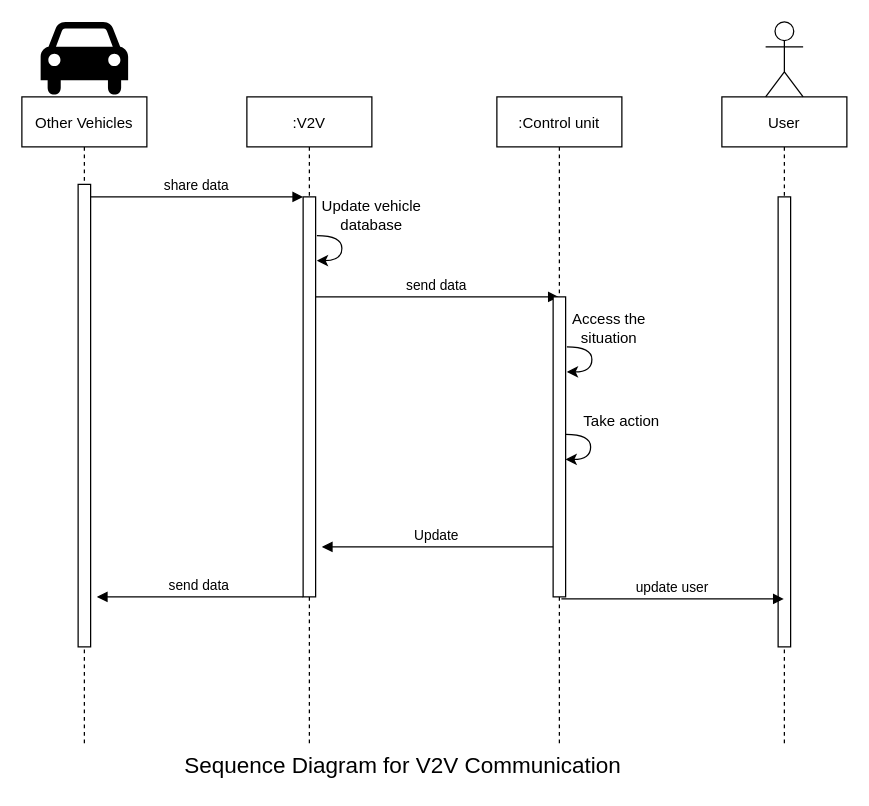
AdamsUthman/driverless_car_UML keeps this draw.io diagram as sequenceDiagram3.drawio. Above is the earlier version. Source tidied: cells renumbered, new cells numbered last; positions are measured from the earlier drawing's top-left corner, leaving out a move shared by most shapes. Both pictures are drawn from the tidied source at 125%, with x=0, y=0 at pixel (21, 21).
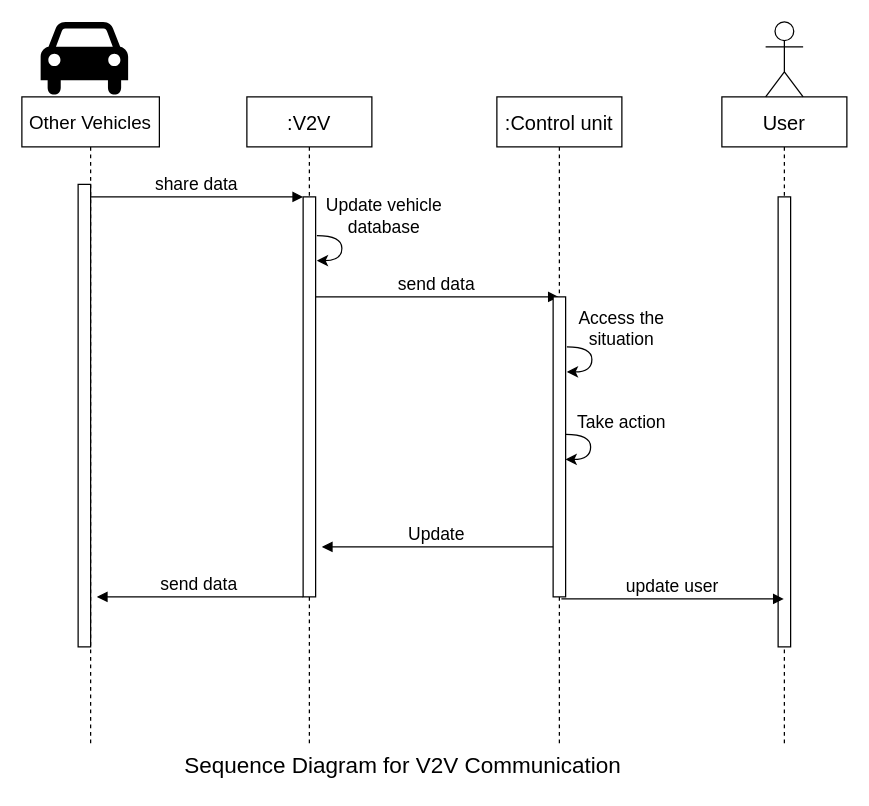
The same page after the edit.

What changed in the source:
```diff
@@
-    <mxCell id="2" value="Other Vehicles" style="shape=umlLifeline;perimeter=lifelinePerimeter;rounded=0;shadow=0;strokeWidth=1;" parent="1" vertex="1">
-      <mxGeometry y="60" width="100" height="520" as="geometry" />
+    <mxCell id="2" value="Other Vehicles" style="shape=umlLifeline;perimeter=lifelinePerimeter;rounded=0;shadow=0;strokeWidth=1;fontSize=15;" parent="1" vertex="1">
+      <mxGeometry y="60" width="110" height="520" as="geometry" />
     </mxCell>
-    <mxCell id="3" style="points=[];perimeter=orthogonalPerimeter;rounded=0;shadow=0;strokeWidth=1;" parent="2" vertex="1">
+    <mxCell id="3" style="points=[];perimeter=orthogonalPerimeter;rounded=0;shadow=0;strokeWidth=1;fontSize=14;" parent="2" vertex="1">
       <mxGeometry x="45" y="70" width="10" height="370" as="geometry" />
     </mxCell>
-    <mxCell id="4" value=":V2V" style="shape=umlLifeline;perimeter=lifelinePerimeter;rounded=0;shadow=0;strokeWidth=1;" parent="1" vertex="1">
+    <mxCell id="4" value=":V2V" style="shape=umlLifeline;perimeter=lifelinePerimeter;rounded=0;shadow=0;strokeWidth=1;fontSize=16;" parent="1" vertex="1">
       <mxGeometry x="180" y="60" width="100" height="520" as="geometry" />
     </mxCell>
-    <mxCell id="5" style="points=[];perimeter=orthogonalPerimeter;rounded=0;shadow=0;strokeWidth=1;" parent="4" vertex="1">
+    <mxCell id="5" style="points=[];perimeter=orthogonalPerimeter;rounded=0;shadow=0;strokeWidth=1;fontSize=14;" parent="4" vertex="1">
       <mxGeometry x="45" y="80" width="10" height="320" as="geometry" />
     </mxCell>
-    <mxCell id="6" value="send data" style="verticalAlign=bottom;endArrow=block;shadow=0;strokeWidth=1;" parent="4" edge="1" target="10">
+    <mxCell id="6" value="send data" style="verticalAlign=bottom;endArrow=block;shadow=0;strokeWidth=1;fontSize=14;" parent="4" edge="1" target="10">
       <mxGeometry relative="1" as="geometry">
         <mxPoint x="55" y="160" as="sourcePoint" />
       </mxGeometry>
     </mxCell>
-    <mxCell id="7" value="send data" style="verticalAlign=bottom;endArrow=block;entryX=1;entryY=0;shadow=0;strokeWidth=1;" parent="4" edge="1">
+    <mxCell id="7" value="send data" style="verticalAlign=bottom;endArrow=block;entryX=1;entryY=0;shadow=0;strokeWidth=1;fontSize=14;" parent="4" edge="1">
       <mxGeometry relative="1" as="geometry">
         <mxPoint x="45" y="400" as="sourcePoint" />
         <mxPoint x="-120" y="400" as="targetPoint" />
       </mxGeometry>
     </mxCell>
-    <mxCell id="8" value="share data" style="verticalAlign=bottom;endArrow=block;entryX=0;entryY=0;shadow=0;strokeWidth=1;" parent="1" edge="1" source="3" target="5">
+    <mxCell id="8" value="share data" style="verticalAlign=bottom;endArrow=block;entryX=0;entryY=0;shadow=0;strokeWidth=1;fontSize=14;" parent="1" edge="1" source="3" target="5">
       <mxGeometry relative="1" as="geometry" />
     </mxCell>
-    <mxCell id="9" style="shape=mxgraph.signs.transportation.car_4;html=1;fillColor=#000000;strokeColor=none;verticalLabelPosition=bottom;verticalAlign=top;align=center;sketch=0;" parent="1" vertex="1">
+    <mxCell id="9" style="shape=mxgraph.signs.transportation.car_4;html=1;fillColor=#000000;strokeColor=none;verticalLabelPosition=bottom;verticalAlign=top;align=center;sketch=0;fontSize=14;" parent="1" vertex="1">
       <mxGeometry x="15" width="70" height="60" as="geometry" />
     </mxCell>
-    <mxCell id="10" value=":Control unit" style="shape=umlLifeline;perimeter=lifelinePerimeter;rounded=0;shadow=0;strokeWidth=1;" parent="1" vertex="1">
+    <mxCell id="10" value=":Control unit" style="shape=umlLifeline;perimeter=lifelinePerimeter;rounded=0;shadow=0;strokeWidth=1;fontSize=16;" parent="1" vertex="1">
       <mxGeometry x="380" y="60" width="100" height="520" as="geometry" />
     </mxCell>
-    <mxCell id="11" style="points=[];perimeter=orthogonalPerimeter;rounded=0;shadow=0;strokeWidth=1;" parent="10" vertex="1">
+    <mxCell id="11" style="points=[];perimeter=orthogonalPerimeter;rounded=0;shadow=0;strokeWidth=1;fontSize=14;" parent="10" vertex="1">
       <mxGeometry x="45" y="160" width="10" height="240" as="geometry" />
     </mxCell>
-    <mxCell id="12" value="Update" style="verticalAlign=bottom;endArrow=block;shadow=0;strokeWidth=1;" parent="10" edge="1">
+    <mxCell id="12" value="Update" style="verticalAlign=bottom;endArrow=block;shadow=0;strokeWidth=1;fontSize=14;" parent="10" edge="1">
       <mxGeometry relative="1" as="geometry">
         <mxPoint x="45" y="360" as="sourcePoint" />
         <mxPoint x="-140" y="360" as="targetPoint" />
       </mxGeometry>
     </mxCell>
-    <mxCell id="13" value="User" style="shape=umlLifeline;perimeter=lifelinePerimeter;rounded=0;shadow=0;strokeWidth=1;" parent="1" vertex="1">
+    <mxCell id="13" value="User" style="shape=umlLifeline;perimeter=lifelinePerimeter;rounded=0;shadow=0;strokeWidth=1;fontSize=16;" parent="1" vertex="1">
       <mxGeometry x="560" y="60" width="100" height="520" as="geometry" />
     </mxCell>
-    <mxCell id="14" style="perimeter=orthogonalPerimeter;rounded=0;shadow=0;strokeWidth=1;" parent="13" vertex="1">
+    <mxCell id="14" style="perimeter=orthogonalPerimeter;rounded=0;shadow=0;strokeWidth=1;fontSize=14;" parent="13" vertex="1">
       <mxGeometry x="45" y="80" width="10" height="360" as="geometry" />
     </mxCell>
-    <mxCell id="15" style="shape=umlActor;verticalLabelPosition=bottom;verticalAlign=top;html=1;" parent="1" vertex="1">
+    <mxCell id="15" style="shape=umlActor;verticalLabelPosition=bottom;verticalAlign=top;html=1;fontSize=14;" parent="1" vertex="1">
       <mxGeometry x="595" width="30" height="60" as="geometry" />
     </mxCell>
-    <mxCell id="16" style="curved=1;endArrow=classic;html=1;rounded=0;" parent="1" edge="1">
+    <mxCell id="16" style="curved=1;endArrow=classic;html=1;rounded=0;fontSize=14;" parent="1" edge="1">
       <mxGeometry relative="1" as="geometry">
         <mxPoint x="236" y="171" as="sourcePoint" />
         <mxPoint x="236" y="191" as="targetPoint" />
         <Array as="points">
           <mxPoint x="256" y="171" />
           <mxPoint x="256" y="191" />
         </Array>
       </mxGeometry>
     </mxCell>
-    <mxCell id="17" value="Update vehicle database" style="text;html=1;strokeColor=none;fillColor=none;align=center;verticalAlign=middle;whiteSpace=wrap;rounded=0;" parent="1" vertex="1">
-      <mxGeometry x="220" y="140" width="120" height="30" as="geometry" />
+    <mxCell id="17" value="&lt;font style=&quot;font-size: 14px;&quot;&gt;Update vehicle database&lt;/font&gt;" style="text;html=1;strokeColor=none;fillColor=none;align=center;verticalAlign=middle;whiteSpace=wrap;rounded=0;fontSize=14;" parent="1" vertex="1">
+      <mxGeometry x="230" y="140" width="120" height="30" as="geometry" />
     </mxCell>
-    <mxCell id="18" style="curved=1;endArrow=classic;html=1;rounded=0;" parent="1" edge="1">
+    <mxCell id="18" style="curved=1;endArrow=classic;html=1;rounded=0;fontSize=14;" parent="1" edge="1">
       <mxGeometry relative="1" as="geometry">
         <mxPoint x="436" y="260" as="sourcePoint" />
         <mxPoint x="436" y="280" as="targetPoint" />
         <Array as="points">
           <mxPoint x="456" y="260" />
           <mxPoint x="456" y="280" />
         </Array>
       </mxGeometry>
     </mxCell>
-    <mxCell id="19" style="curved=1;endArrow=classic;html=1;rounded=0;" parent="1" edge="1">
+    <mxCell id="19" style="curved=1;endArrow=classic;html=1;rounded=0;fontSize=14;" parent="1" edge="1">
       <mxGeometry relative="1" as="geometry">
         <mxPoint x="435" y="330" as="sourcePoint" />
         <mxPoint x="435" y="350" as="targetPoint" />
         <Array as="points">
           <mxPoint x="455" y="330" />
           <mxPoint x="455" y="350" />
         </Array>
       </mxGeometry>
     </mxCell>
-    <mxCell id="20" value="Access the situation" style="text;html=1;strokeColor=none;fillColor=none;align=center;verticalAlign=middle;whiteSpace=wrap;rounded=0;" parent="1" vertex="1">
-      <mxGeometry x="420" y="230" width="100" height="30" as="geometry" />
+    <mxCell id="20" value="&lt;font style=&quot;font-size: 14px;&quot;&gt;Access the situation&lt;/font&gt;" style="text;html=1;strokeColor=none;fillColor=none;align=center;verticalAlign=middle;whiteSpace=wrap;rounded=0;fontSize=14;" parent="1" vertex="1">
+      <mxGeometry x="430" y="230" width="100" height="30" as="geometry" />
     </mxCell>
-    <mxCell id="21" value="Take action" style="text;html=1;strokeColor=none;fillColor=none;align=center;verticalAlign=middle;whiteSpace=wrap;rounded=0;" parent="1" vertex="1">
+    <mxCell id="21" value="Take action" style="text;html=1;strokeColor=none;fillColor=none;align=center;verticalAlign=middle;whiteSpace=wrap;rounded=0;fontSize=14;" parent="1" vertex="1">
       <mxGeometry x="440" y="305" width="80" height="30" as="geometry" />
     </mxCell>
-    <mxCell id="22" value="update user" style="verticalAlign=bottom;endArrow=block;shadow=0;strokeWidth=1;exitX=0.661;exitY=1.007;exitDx=0;exitDy=0;exitPerimeter=0;" parent="1" edge="1" source="11" target="13">
+    <mxCell id="22" value="update user" style="verticalAlign=bottom;endArrow=block;shadow=0;strokeWidth=1;exitX=0.661;exitY=1.007;exitDx=0;exitDy=0;exitPerimeter=0;fontSize=14;" parent="1" edge="1" source="11" target="13">
       <mxGeometry relative="1" as="geometry" />
     </mxCell>
-    <mxCell id="23" value="&lt;font style=&quot;font-size: 18px;&quot;&gt;Sequence Diagram for V2V Communication&lt;/font&gt;" style="text;html=1;strokeColor=none;fillColor=none;align=center;verticalAlign=middle;whiteSpace=wrap;rounded=0;" parent="1" vertex="1">
+    <mxCell id="23" value="&lt;font style=&quot;font-size: 18px;&quot;&gt;Sequence Diagram for V2V Communication&lt;/font&gt;" style="text;html=1;strokeColor=none;fillColor=none;align=center;verticalAlign=middle;whiteSpace=wrap;rounded=0;fontSize=18;" parent="1" vertex="1">
       <mxGeometry x="125" y="580" width="360" height="30" as="geometry" />
     </mxCell>
```
